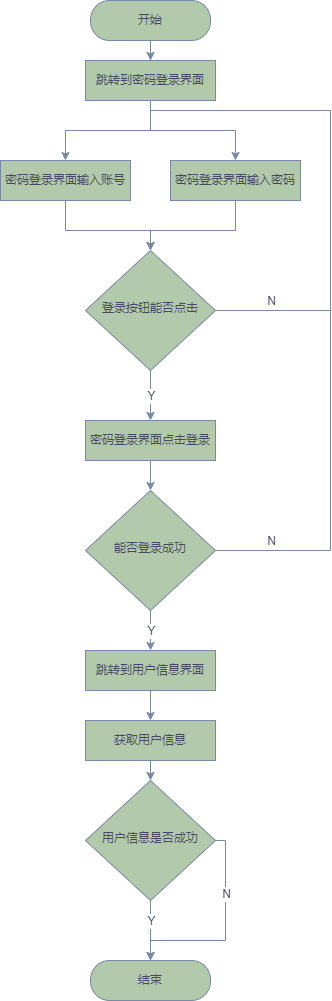
This is x9hp/密码登录流程图.png from notigit/Image, a draw.io export, as it was before one commit. Source tidied: cells renumbered, new cells last; positions are measured from the earlier drawing's top-left corner, leaving out a move shared by most shapes.
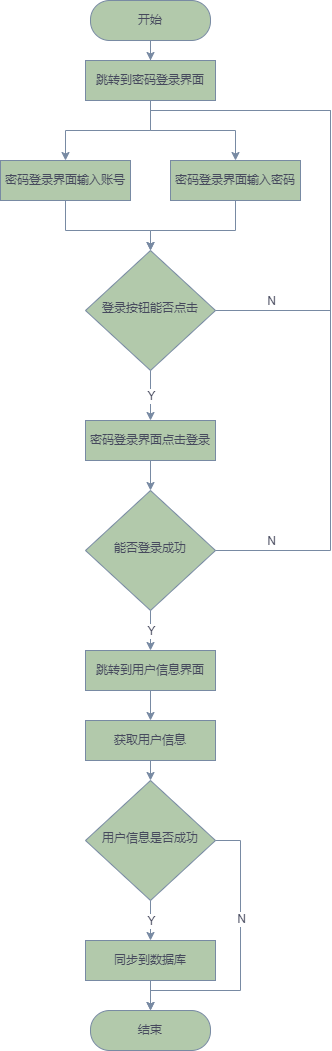
The same diagram one commit later.

Commit message:
更新密码登录流程图.png

Diff of the diagram source:
```diff
@@ -17,11 +17,8 @@
     <mxCell id="6" value="登录按钮能否点击" style="rhombus;whiteSpace=wrap;html=1;shadow=0;fontFamily=Helvetica;fontSize=12;align=center;strokeWidth=1;spacing=6;spacingTop=-4;fillColor=#B2C9AB;strokeColor=#788AA3;fontColor=#46495D;rounded=0;" parent="1" vertex="1">
       <mxGeometry x="85" y="250" width="130" height="120" as="geometry" />
     </mxCell>
-    <mxCell id="7" style="edgeStyle=orthogonalEdgeStyle;rounded=0;jettySize=auto;html=1;fontColor=#46495D;startArrow=none;startFill=0;endArrow=none;endFill=0;strokeColor=#788AA3;fillColor=#B2C9AB;" parent="1" edge="1" source="8" target="26">
-      <mxGeometry relative="1" as="geometry" />
-    </mxCell>
     <mxCell id="8" value="结束" style="rounded=1;whiteSpace=wrap;html=1;fontSize=12;glass=0;strokeWidth=1;shadow=0;fillColor=#B2C9AB;strokeColor=#788AA3;fontColor=#46495D;arcSize=48;" parent="1" vertex="1">
-      <mxGeometry x="90" y="960" width="120" height="40" as="geometry" />
+      <mxGeometry x="90" y="1010" width="120" height="40" as="geometry" />
     </mxCell>
     <mxCell id="9" style="edgeStyle=orthogonalEdgeStyle;rounded=0;jettySize=auto;html=1;fontColor=#46495D;startArrow=none;startFill=0;endArrow=classic;endFill=1;strokeColor=#788AA3;fillColor=#B2C9AB;exitX=0.5;exitY=1;exitDx=0;exitDy=0;entryX=0.5;entryY=0;entryDx=0;entryDy=0;" parent="1" edge="1" source="10" target="6">
       <mxGeometry relative="1" as="geometry">
@@ -105,20 +102,18 @@
     <mxCell id="26" value="用户信息是否成功" style="rhombus;whiteSpace=wrap;html=1;shadow=0;fontFamily=Helvetica;fontSize=12;align=center;strokeWidth=1;spacing=6;spacingTop=-4;fillColor=#B2C9AB;strokeColor=#788AA3;fontColor=#46495D;rounded=0;" parent="1" vertex="1">
       <mxGeometry x="85" y="780" width="130" height="120" as="geometry" />
     </mxCell>
-    <mxCell id="27" style="endArrow=classic;html=1;rounded=0;fontColor=#46495D;strokeColor=#788AA3;fillColor=#B2C9AB;exitX=0.5;exitY=1;exitDx=0;exitDy=0;entryX=0.5;entryY=0;entryDx=0;entryDy=0;" parent="1" edge="1" source="26" target="8">
+    <mxCell id="27" style="endArrow=classic;html=1;rounded=0;fontColor=#46495D;strokeColor=#788AA3;fillColor=#B2C9AB;exitX=0.5;exitY=1;exitDx=0;exitDy=0;entryX=0.5;entryY=0;entryDx=0;entryDy=0;" parent="1" edge="1" source="26" target="35">
       <mxGeometry relative="1" as="geometry" />
     </mxCell>
     <mxCell id="28" value="Y" style="edgeLabel;html=1;align=center;verticalAlign=middle;rounded=1;fontColor=#46495D;strokeColor=#788AA3;fillColor=#B2C9AB;" parent="27" vertex="1">
-      <mxGeometry relative="1" as="geometry">
-        <mxPoint y="-10" as="offset" />
-      </mxGeometry>
+      <mxGeometry relative="1" as="geometry" />
     </mxCell>
     <mxCell id="29" style="endArrow=classic;html=1;rounded=0;fontColor=#46495D;strokeColor=#788AA3;fillColor=#B2C9AB;exitX=1;exitY=0.5;exitDx=0;exitDy=0;edgeStyle=orthogonalEdgeStyle;entryX=0.5;entryY=0;entryDx=0;entryDy=0;" parent="1" edge="1" source="26" target="8">
       <mxGeometry relative="1" as="geometry">
         <Array as="points">
-          <mxPoint x="225" y="840" />
-          <mxPoint x="225" y="940" />
-          <mxPoint x="150" y="940" />
+          <mxPoint x="240" y="840" />
+          <mxPoint x="240" y="990" />
+          <mxPoint x="150" y="990" />
         </Array>
       </mxGeometry>
     </mxCell>
@@ -136,5 +131,11 @@
     <mxCell id="33" value="跳转到用户信息界面" style="rounded=0;whiteSpace=wrap;html=1;fontSize=12;glass=0;strokeWidth=1;shadow=0;fillColor=#B2C9AB;strokeColor=#788AA3;fontColor=#46495D;arcSize=0;" parent="1" vertex="1">
       <mxGeometry x="85" y="650" width="130" height="40" as="geometry" />
     </mxCell>
+    <mxCell id="34" style="edgeStyle=orthogonalEdgeStyle;rounded=0;jettySize=auto;html=1;entryX=0.5;entryY=0;entryDx=0;entryDy=0;strokeColor=#788AA3;fontColor=#46495D;" parent="1" edge="1" source="35" target="8">
+      <mxGeometry relative="1" as="geometry" />
+    </mxCell>
+    <mxCell id="35" value="同步到数据库" style="rounded=0;whiteSpace=wrap;html=1;fontSize=12;glass=0;strokeWidth=1;shadow=0;fillColor=#B2C9AB;strokeColor=#788AA3;fontColor=#46495D;arcSize=0;" parent="1" vertex="1">
+      <mxGeometry x="85" y="940" width="130" height="40" as="geometry" />
+    </mxCell>
   </root>
 </mxGraphModel>
```
